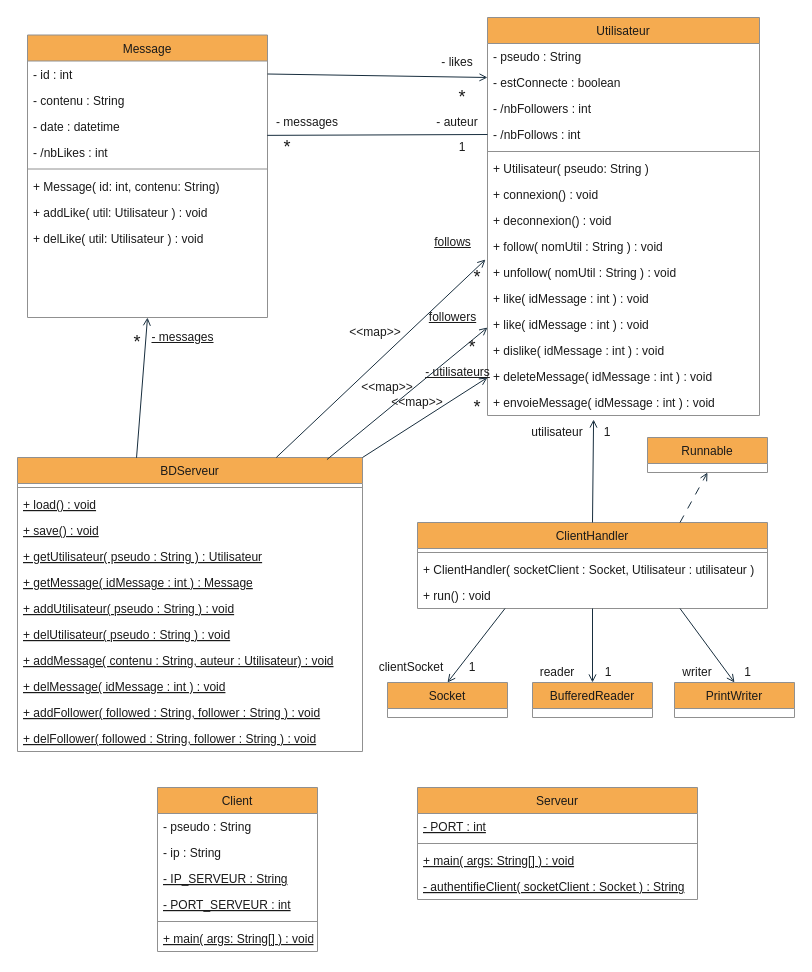
Earlier version of the draw.io diagram diagramme_de_classes.drawio (GOUDALArthur/SAE_reseau_social). Source tidied: cells renumbered, new cells numbered last; positions are measured from the earlier drawing's top-left corner, leaving out a move shared by most shapes. Both pictures are drawn from the tidied source at 100%, with x=0, y=0 at pixel (17, 17).
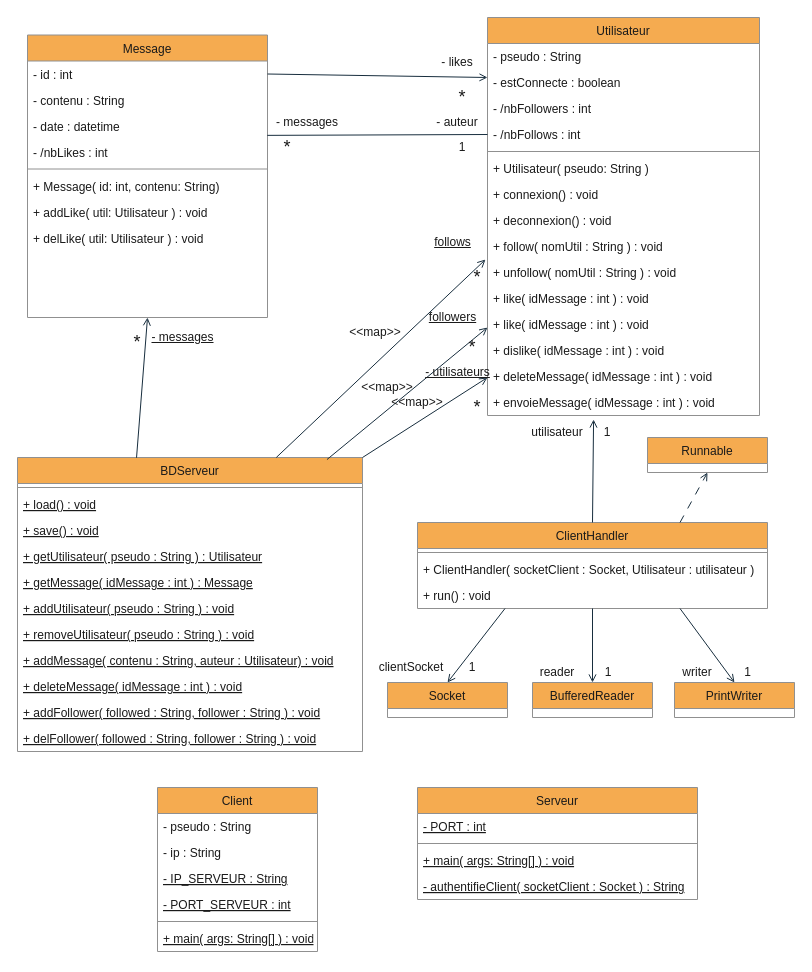
After the change.

Unchanged cells that the change refers to:
```xml
<mxCell id="2" value="BDServeur" style="swimlane;fontStyle=0;align=center;verticalAlign=top;horizontal=1;startSize=26;rounded=0;shadow=0;strokeWidth=1;labelBackgroundColor=none;fillColor=#F5AB50;strokeColor=#909090;fontColor=#1A1A1A;" parent="1" vertex="1">
  <mxGeometry y="440" width="345" height="294" as="geometry" />
</mxCell>
```

Change to the diagram source:
```diff
@@
-    <mxCell id="9" value="+ delUtilisateur( pseudo : String ) : void" style="text;align=left;verticalAlign=top;spacingLeft=4;spacingRight=4;overflow=hidden;fontStyle=4;rounded=0;labelBackgroundColor=none;fontColor=#1A1A1A;" parent="2" vertex="1">
+    <mxCell id="9" value="+ removeUtilisateur( pseudo : String ) : void" style="text;align=left;verticalAlign=top;spacingLeft=4;spacingRight=4;overflow=hidden;fontStyle=4;rounded=0;labelBackgroundColor=none;fontColor=#1A1A1A;" parent="2" vertex="1">
       <mxGeometry y="164" width="345" height="26" as="geometry" />
     </mxCell>
@@
-    <mxCell id="11" value="+ delMessage( idMessage : int ) : void" style="text;align=left;verticalAlign=top;spacingLeft=4;spacingRight=4;overflow=hidden;fontStyle=4;rounded=0;labelBackgroundColor=none;fontColor=#1A1A1A;" parent="2" vertex="1">
+    <mxCell id="11" value="+ deleteMessage( idMessage : int ) : void" style="text;align=left;verticalAlign=top;spacingLeft=4;spacingRight=4;overflow=hidden;fontStyle=4;rounded=0;labelBackgroundColor=none;fontColor=#1A1A1A;" parent="2" vertex="1">
       <mxGeometry y="216" width="345" height="26" as="geometry" />
     </mxCell>
```
